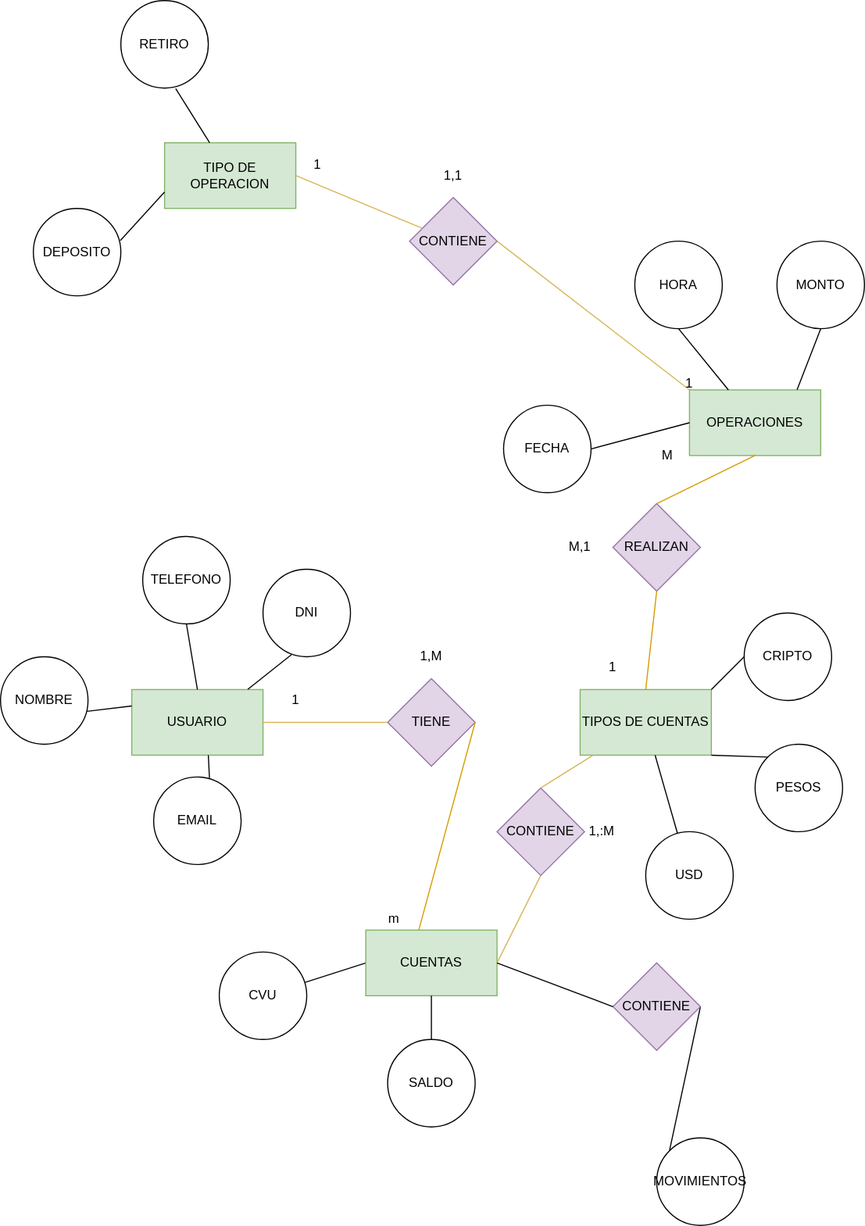
Above: Diagrama sin título.drawio.svg in Lauga2022/APP (draw.io), before the change. Source tidied: cells renumbered, new cells last; positions are measured from the earlier drawing's top-left corner, leaving out a move shared by most shapes. Its diagram source:
```xml
<mxGraphModel>
  <root>
    <mxCell id="0" />
    <mxCell id="1" parent="0" />
    <mxCell id="2" value="USUARIO" style="rounded=0;whiteSpace=wrap;html=1;fillColor=#d5e8d4;strokeColor=#82b366;" parent="1" vertex="1">
      <mxGeometry x="120" y="630" width="120" height="60" as="geometry" />
    </mxCell>
    <mxCell id="3" value="TIENE" style="rhombus;whiteSpace=wrap;html=1;fillColor=#e1d5e7;strokeColor=#9673a6;" parent="1" vertex="1">
      <mxGeometry x="354" y="620" width="80" height="80" as="geometry" />
    </mxCell>
    <mxCell id="4" value="TIPOS DE CUENTAS" style="rounded=0;whiteSpace=wrap;html=1;fillColor=#d5e8d4;strokeColor=#82b366;" parent="1" vertex="1">
      <mxGeometry x="530" y="630" width="120" height="60" as="geometry" />
    </mxCell>
    <mxCell id="5" value="MONTO" style="ellipse;whiteSpace=wrap;html=1;" parent="1" vertex="1">
      <mxGeometry x="710" y="220" width="80" height="80" as="geometry" />
    </mxCell>
    <mxCell id="6" value="NOMBRE" style="ellipse;whiteSpace=wrap;html=1;" parent="1" vertex="1">
      <mxGeometry y="600" width="80" height="80" as="geometry" />
    </mxCell>
    <mxCell id="7" value="CVU" style="ellipse;whiteSpace=wrap;html=1;" parent="1" vertex="1">
      <mxGeometry x="200" y="870" width="80" height="80" as="geometry" />
    </mxCell>
    <mxCell id="8" value="EMAIL" style="ellipse;whiteSpace=wrap;html=1;" parent="1" vertex="1">
      <mxGeometry x="140" y="710" width="80" height="80" as="geometry" />
    </mxCell>
    <mxCell id="9" value="CRIPTO" style="ellipse;whiteSpace=wrap;html=1;" parent="1" vertex="1">
      <mxGeometry x="680" y="560" width="80" height="80" as="geometry" />
    </mxCell>
    <mxCell id="10" value="USD" style="ellipse;whiteSpace=wrap;html=1;" parent="1" vertex="1">
      <mxGeometry x="590" y="760" width="80" height="80" as="geometry" />
    </mxCell>
    <mxCell id="11" value="PESOS" style="ellipse;whiteSpace=wrap;html=1;" parent="1" vertex="1">
      <mxGeometry x="690" y="680" width="80" height="80" as="geometry" />
    </mxCell>
    <mxCell id="12" style="endArrow=none;html=1;rounded=0;" parent="1" edge="1" source="4" target="10">
      <mxGeometry relative="1" as="geometry" />
    </mxCell>
    <mxCell id="13" style="endArrow=none;html=1;rounded=0;entryX=0.404;entryY=-0.002;entryDx=0;entryDy=0;exitX=1;exitY=0.5;exitDx=0;exitDy=0;fillColor=#ffe6cc;strokeColor=#d79b00;entryPerimeter=0;" parent="1" edge="1" source="3" target="29">
      <mxGeometry relative="1" as="geometry" />
    </mxCell>
    <mxCell id="14" style="endArrow=none;html=1;rounded=0;entryX=0;entryY=0;entryDx=0;entryDy=0;exitX=1;exitY=1;exitDx=0;exitDy=0;" parent="1" edge="1" source="4" target="11">
      <mxGeometry relative="1" as="geometry" />
    </mxCell>
    <mxCell id="15" style="endArrow=none;html=1;rounded=0;" parent="1" edge="1">
      <mxGeometry relative="1" as="geometry">
        <mxPoint x="650" y="630" as="sourcePoint" />
        <mxPoint x="680" y="600" as="targetPoint" />
      </mxGeometry>
    </mxCell>
    <mxCell id="16" style="endArrow=none;html=1;rounded=0;exitX=0.638;exitY=0.013;exitDx=0;exitDy=0;exitPerimeter=0;" parent="1" edge="1" source="8">
      <mxGeometry relative="1" as="geometry">
        <mxPoint x="190" y="690" as="targetPoint" />
      </mxGeometry>
    </mxCell>
    <mxCell id="17" style="endArrow=none;html=1;rounded=0;entryX=0;entryY=0.5;entryDx=0;entryDy=0;exitX=1;exitY=0.5;exitDx=0;exitDy=0;fillColor=#fff2cc;strokeColor=#d6b656;" parent="1" edge="1" source="2" target="3">
      <mxGeometry relative="1" as="geometry" />
    </mxCell>
    <mxCell id="18" value="OPERACIONES" style="rounded=0;whiteSpace=wrap;html=1;fillColor=#d5e8d4;strokeColor=#82b366;" parent="1" vertex="1">
      <mxGeometry x="630" y="356" width="120" height="60" as="geometry" />
    </mxCell>
    <mxCell id="19" value="REALIZAN" style="rhombus;whiteSpace=wrap;html=1;fillColor=#e1d5e7;strokeColor=#9673a6;" parent="1" vertex="1">
      <mxGeometry x="560" y="460" width="80" height="80" as="geometry" />
    </mxCell>
    <mxCell id="20" style="endArrow=none;html=1;rounded=0;entryX=0.5;entryY=1;entryDx=0;entryDy=0;exitX=0.5;exitY=0;exitDx=0;exitDy=0;fillColor=#ffe6cc;strokeColor=#d79b00;" parent="1" edge="1" source="19" target="18">
      <mxGeometry relative="1" as="geometry" />
    </mxCell>
    <mxCell id="21" style="endArrow=none;html=1;rounded=0;entryX=0.5;entryY=1;entryDx=0;entryDy=0;exitX=0.5;exitY=0;exitDx=0;exitDy=0;fillColor=#ffe6cc;strokeColor=#d79b00;" parent="1" edge="1" source="4" target="19">
      <mxGeometry relative="1" as="geometry" />
    </mxCell>
    <mxCell id="22" value="HORA" style="ellipse;whiteSpace=wrap;html=1;" parent="1" vertex="1">
      <mxGeometry x="580" y="220" width="80" height="80" as="geometry" />
    </mxCell>
    <mxCell id="23" style="endArrow=none;html=1;rounded=0;entryX=0.5;entryY=1;entryDx=0;entryDy=0;" parent="1" edge="1" source="18" target="22">
      <mxGeometry relative="1" as="geometry" />
    </mxCell>
    <mxCell id="24" style="endArrow=none;html=1;rounded=0;entryX=0.5;entryY=1;entryDx=0;entryDy=0;exitX=0.82;exitY=-0.004;exitDx=0;exitDy=0;exitPerimeter=0;" parent="1" edge="1" source="18" target="5">
      <mxGeometry relative="1" as="geometry" />
    </mxCell>
    <mxCell id="25" style="endArrow=none;html=1;rounded=0;entryX=0;entryY=0.5;entryDx=0;entryDy=0;" parent="1" edge="1" source="7" target="29">
      <mxGeometry relative="1" as="geometry" />
    </mxCell>
    <mxCell id="26" style="endArrow=none;html=1;rounded=0;exitX=0.987;exitY=0.624;exitDx=0;exitDy=0;exitPerimeter=0;entryX=0;entryY=0.25;entryDx=0;entryDy=0;" parent="1" edge="1" source="6" target="2">
      <mxGeometry relative="1" as="geometry" />
    </mxCell>
    <mxCell id="27" value="TELEFONO" style="ellipse;whiteSpace=wrap;html=1;" parent="1" vertex="1">
      <mxGeometry x="130" y="490" width="80" height="80" as="geometry" />
    </mxCell>
    <mxCell id="28" style="endArrow=none;html=1;rounded=0;exitX=0.5;exitY=0;exitDx=0;exitDy=0;" parent="1" edge="1" source="2">
      <mxGeometry relative="1" as="geometry">
        <mxPoint x="170" y="570" as="targetPoint" />
      </mxGeometry>
    </mxCell>
    <mxCell id="29" value="CUENTAS" style="rounded=0;whiteSpace=wrap;html=1;fillColor=#d5e8d4;strokeColor=#82b366;" parent="1" vertex="1">
      <mxGeometry x="334" y="850" width="120" height="60" as="geometry" />
    </mxCell>
    <mxCell id="30" style="endArrow=none;html=1;rounded=0;entryX=0.5;entryY=1;entryDx=0;entryDy=0;exitX=1;exitY=0.5;exitDx=0;exitDy=0;fillColor=#fff2cc;strokeColor=#d6b656;" parent="1" edge="1" source="29" target="32">
      <mxGeometry relative="1" as="geometry" />
    </mxCell>
    <mxCell id="31" value="1,M" style="whiteSpace=wrap;html=1;fillColor=none;strokeColor=none;" parent="1" vertex="1">
      <mxGeometry x="334" y="570" width="120" height="60" as="geometry" />
    </mxCell>
    <mxCell id="32" value="CONTIENE" style="rhombus;whiteSpace=wrap;html=1;fillColor=#e1d5e7;strokeColor=#9673a6;" parent="1" vertex="1">
      <mxGeometry x="454" y="720" width="80" height="80" as="geometry" />
    </mxCell>
    <mxCell id="33" style="endArrow=none;html=1;rounded=0;exitX=0.5;exitY=0;exitDx=0;exitDy=0;fillColor=#fff2cc;strokeColor=#d6b656;" parent="1" edge="1" source="32" target="4">
      <mxGeometry relative="1" as="geometry" />
    </mxCell>
    <mxCell id="34" value="M,1" style="whiteSpace=wrap;html=1;fillColor=none;strokeColor=none;" parent="1" vertex="1">
      <mxGeometry x="470" y="470" width="120" height="60" as="geometry" />
    </mxCell>
    <mxCell id="35" value="1,:M" style="whiteSpace=wrap;html=1;fillColor=none;strokeColor=none;" parent="1" vertex="1">
      <mxGeometry x="490" y="730" width="120" height="60" as="geometry" />
    </mxCell>
    <mxCell id="36" value="SALDO" style="ellipse;whiteSpace=wrap;html=1;fillColor=none;" parent="1" vertex="1">
      <mxGeometry x="354" y="950" width="80" height="80" as="geometry" />
    </mxCell>
    <mxCell id="37" style="endArrow=none;html=1;rounded=0;exitX=0.5;exitY=1;exitDx=0;exitDy=0;" parent="1" edge="1" source="29" target="36">
      <mxGeometry relative="1" as="geometry" />
    </mxCell>
    <mxCell id="38" value="MOVIMIENTOS" style="ellipse;whiteSpace=wrap;html=1;fillColor=none;" parent="1" vertex="1">
      <mxGeometry x="600" y="1040" width="80" height="80" as="geometry" />
    </mxCell>
    <mxCell id="39" style="endArrow=none;html=1;rounded=0;exitX=0;exitY=0;exitDx=0;exitDy=0;entryX=1;entryY=0.5;entryDx=0;entryDy=0;" parent="1" edge="1" source="38" target="59">
      <mxGeometry relative="1" as="geometry" />
    </mxCell>
    <mxCell id="40" value="DNI" style="ellipse;whiteSpace=wrap;html=1;fillColor=none;" parent="1" vertex="1">
      <mxGeometry x="240" y="520" width="80" height="80" as="geometry" />
    </mxCell>
    <mxCell id="41" style="endArrow=none;html=1;rounded=0;entryX=0.326;entryY=0.976;entryDx=0;entryDy=0;entryPerimeter=0;exitX=0.884;exitY=-0.002;exitDx=0;exitDy=0;exitPerimeter=0;" parent="1" edge="1" source="2" target="40">
      <mxGeometry relative="1" as="geometry" />
    </mxCell>
    <mxCell id="42" value="FECHA" style="ellipse;whiteSpace=wrap;html=1;fillColor=none;" parent="1" vertex="1">
      <mxGeometry x="460" y="370" width="80" height="80" as="geometry" />
    </mxCell>
    <mxCell id="43" style="endArrow=none;html=1;rounded=0;entryX=0;entryY=0.5;entryDx=0;entryDy=0;exitX=1;exitY=0.5;exitDx=0;exitDy=0;" parent="1" edge="1" source="42" target="18">
      <mxGeometry relative="1" as="geometry" />
    </mxCell>
    <mxCell id="44" style="endArrow=none;html=1;rounded=0;entryX=0;entryY=0;entryDx=0;entryDy=0;exitX=1;exitY=0.5;exitDx=0;exitDy=0;fillColor=#fff2cc;strokeColor=#d6b656;" parent="1" edge="1" source="45" target="18">
      <mxGeometry relative="1" as="geometry" />
    </mxCell>
    <mxCell id="45" value="CONTIENE" style="rhombus;whiteSpace=wrap;html=1;fillColor=#e1d5e7;strokeColor=#9673a6;" parent="1" vertex="1">
      <mxGeometry x="374" y="180" width="80" height="80" as="geometry" />
    </mxCell>
    <mxCell id="46" value="TIPO DE OPERACION" style="rounded=0;whiteSpace=wrap;html=1;fillColor=#d5e8d4;strokeColor=#82b366;" parent="1" vertex="1">
      <mxGeometry x="150" y="130" width="120" height="60" as="geometry" />
    </mxCell>
    <mxCell id="47" style="endArrow=none;html=1;rounded=0;exitX=1;exitY=0.5;exitDx=0;exitDy=0;fillColor=#fff2cc;strokeColor=#d6b656;" parent="1" edge="1" source="46" target="45">
      <mxGeometry relative="1" as="geometry" />
    </mxCell>
    <mxCell id="48" value="DEPOSITO" style="ellipse;whiteSpace=wrap;html=1;fillColor=none;" parent="1" vertex="1">
      <mxGeometry x="30" y="190" width="80" height="80" as="geometry" />
    </mxCell>
    <mxCell id="49" value="RETIRO" style="ellipse;whiteSpace=wrap;html=1;fillColor=none;" parent="1" vertex="1">
      <mxGeometry x="110" width="80" height="80" as="geometry" />
    </mxCell>
    <mxCell id="50" style="endArrow=none;html=1;rounded=0;exitX=0.995;exitY=0.366;exitDx=0;exitDy=0;exitPerimeter=0;entryX=0;entryY=0.75;entryDx=0;entryDy=0;" parent="1" edge="1" source="48" target="46">
      <mxGeometry relative="1" as="geometry" />
    </mxCell>
    <mxCell id="51" style="endArrow=none;html=1;rounded=0;exitX=0.627;exitY=1.006;exitDx=0;exitDy=0;exitPerimeter=0;" parent="1" edge="1" source="49" target="46">
      <mxGeometry relative="1" as="geometry" />
    </mxCell>
    <mxCell id="52" value="1,1" style="whiteSpace=wrap;html=1;fillColor=none;strokeColor=none;" parent="1" vertex="1">
      <mxGeometry x="354" y="130" width="120" height="60" as="geometry" />
    </mxCell>
    <mxCell id="53" value="1" style="whiteSpace=wrap;html=1;fillColor=none;strokeColor=none;" parent="1" vertex="1">
      <mxGeometry x="570" y="320" width="120" height="60" as="geometry" />
    </mxCell>
    <mxCell id="54" value="1" style="whiteSpace=wrap;html=1;fillColor=none;strokeColor=none;" parent="1" vertex="1">
      <mxGeometry x="230" y="120" width="120" height="60" as="geometry" />
    </mxCell>
    <mxCell id="55" value="1" style="whiteSpace=wrap;html=1;fillColor=none;strokeColor=none;" parent="1" vertex="1">
      <mxGeometry x="500" y="580" width="120" height="60" as="geometry" />
    </mxCell>
    <mxCell id="56" value="M" style="whiteSpace=wrap;html=1;fillColor=none;strokeColor=none;" parent="1" vertex="1">
      <mxGeometry x="550" y="386" width="120" height="60" as="geometry" />
    </mxCell>
    <mxCell id="57" value="1" style="whiteSpace=wrap;html=1;fillColor=none;strokeColor=none;" parent="1" vertex="1">
      <mxGeometry x="210" y="610" width="120" height="60" as="geometry" />
    </mxCell>
    <mxCell id="58" value="m" style="whiteSpace=wrap;html=1;fillColor=none;strokeColor=none;" parent="1" vertex="1">
      <mxGeometry x="300" y="810" width="120" height="60" as="geometry" />
    </mxCell>
    <mxCell id="59" value="CONTIENE" style="rhombus;whiteSpace=wrap;html=1;fillColor=#e1d5e7;strokeColor=#9673a6;" parent="1" vertex="1">
      <mxGeometry x="560" y="880" width="80" height="80" as="geometry" />
    </mxCell>
    <mxCell id="60" style="endArrow=none;html=1;rounded=0;entryX=1;entryY=0.5;entryDx=0;entryDy=0;exitX=0;exitY=0.5;exitDx=0;exitDy=0;" parent="1" edge="1" source="59" target="29">
      <mxGeometry relative="1" as="geometry" />
    </mxCell>
  </root>
</mxGraphModel>
```
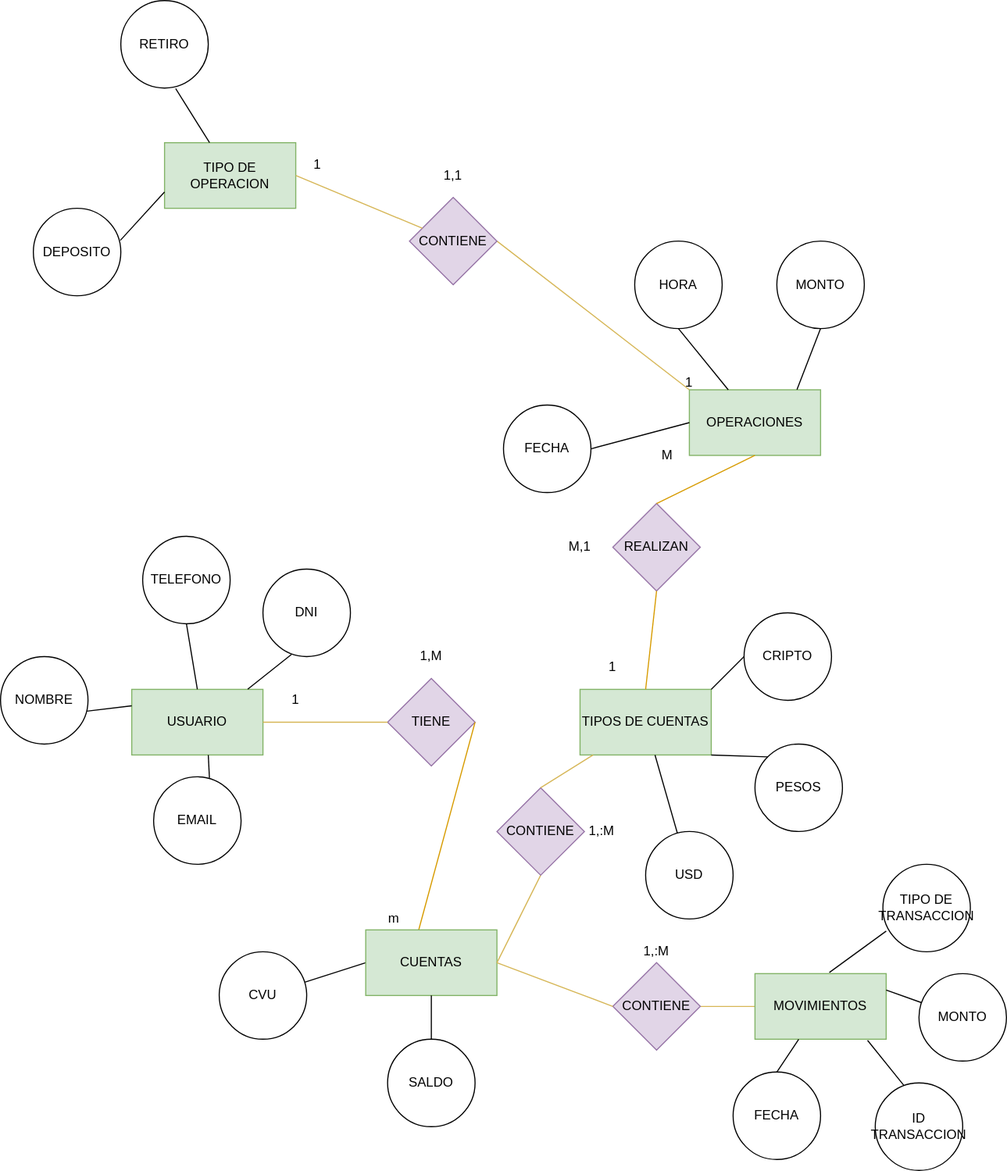
The same diagram one commit later.

Change to the diagram source:
```diff
@@ -117,10 +117,7 @@
     <mxCell id="37" style="endArrow=none;html=1;rounded=0;exitX=0.5;exitY=1;exitDx=0;exitDy=0;" parent="1" edge="1" source="29" target="36">
       <mxGeometry relative="1" as="geometry" />
     </mxCell>
-    <mxCell id="38" value="MOVIMIENTOS" style="ellipse;whiteSpace=wrap;html=1;fillColor=none;" parent="1" vertex="1">
-      <mxGeometry x="600" y="1040" width="80" height="80" as="geometry" />
-    </mxCell>
-    <mxCell id="39" style="endArrow=none;html=1;rounded=0;exitX=0;exitY=0;exitDx=0;exitDy=0;entryX=1;entryY=0.5;entryDx=0;entryDy=0;" parent="1" edge="1" source="38" target="59">
+    <mxCell id="39" style="endArrow=none;html=1;rounded=0;entryX=1;entryY=0.5;entryDx=0;entryDy=0;fillColor=#fff2cc;strokeColor=#d6b656;" parent="1" edge="1" source="38" target="59">
       <mxGeometry relative="1" as="geometry" />
     </mxCell>
     <mxCell id="40" value="DNI" style="ellipse;whiteSpace=wrap;html=1;fillColor=none;" parent="1" vertex="1">
@@ -183,8 +180,38 @@
     <mxCell id="59" value="CONTIENE" style="rhombus;whiteSpace=wrap;html=1;fillColor=#e1d5e7;strokeColor=#9673a6;" parent="1" vertex="1">
       <mxGeometry x="560" y="880" width="80" height="80" as="geometry" />
     </mxCell>
-    <mxCell id="60" style="endArrow=none;html=1;rounded=0;entryX=1;entryY=0.5;entryDx=0;entryDy=0;exitX=0;exitY=0.5;exitDx=0;exitDy=0;" parent="1" edge="1" source="59" target="29">
+    <mxCell id="60" style="endArrow=none;html=1;rounded=0;entryX=1;entryY=0.5;entryDx=0;entryDy=0;exitX=0;exitY=0.5;exitDx=0;exitDy=0;fillColor=#fff2cc;strokeColor=#d6b656;" parent="1" edge="1" source="59" target="29">
       <mxGeometry relative="1" as="geometry" />
     </mxCell>
+    <mxCell id="38" value="MOVIMIENTOS" style="rounded=0;whiteSpace=wrap;html=1;fillColor=#d5e8d4;strokeColor=#82b366;" parent="1" vertex="1">
+      <mxGeometry x="690" y="890" width="120" height="60" as="geometry" />
+    </mxCell>
+    <mxCell id="61" value="1,:M" style="whiteSpace=wrap;html=1;fillColor=none;strokeColor=none;" parent="1" vertex="1">
+      <mxGeometry x="540" y="840" width="120" height="60" as="geometry" />
+    </mxCell>
+    <mxCell id="62" value="FECHA" style="ellipse;whiteSpace=wrap;html=1;" parent="1" vertex="1">
+      <mxGeometry x="670" y="980" width="80" height="80" as="geometry" />
+    </mxCell>
+    <mxCell id="63" value="TIPO DE TRANSACCION" style="ellipse;whiteSpace=wrap;html=1;" parent="1" vertex="1">
+      <mxGeometry x="807" y="790" width="80" height="80" as="geometry" />
+    </mxCell>
+    <mxCell id="64" value="MONTO" style="ellipse;whiteSpace=wrap;html=1;" parent="1" vertex="1">
+      <mxGeometry x="840" y="890" width="80" height="80" as="geometry" />
+    </mxCell>
+    <mxCell id="65" value="ID TRANSACCION" style="ellipse;whiteSpace=wrap;html=1;" parent="1" vertex="1">
+      <mxGeometry x="800" y="990" width="80" height="80" as="geometry" />
+    </mxCell>
+    <mxCell id="66" style="endArrow=none;html=1;rounded=0;entryX=0.325;entryY=0.025;entryDx=0;entryDy=0;entryPerimeter=0;exitX=0.858;exitY=1.017;exitDx=0;exitDy=0;exitPerimeter=0;" parent="1" edge="1" source="38" target="65">
+      <mxGeometry relative="1" as="geometry" />
+    </mxCell>
+    <mxCell id="67" style="endArrow=none;html=1;rounded=0;exitX=1;exitY=0.25;exitDx=0;exitDy=0;" parent="1" edge="1" source="38" target="64">
+      <mxGeometry relative="1" as="geometry" />
+    </mxCell>
+    <mxCell id="68" style="endArrow=none;html=1;rounded=0;entryX=0.038;entryY=0.763;entryDx=0;entryDy=0;entryPerimeter=0;exitX=0.567;exitY=-0.017;exitDx=0;exitDy=0;exitPerimeter=0;" parent="1" edge="1" source="38" target="63">
+      <mxGeometry relative="1" as="geometry" />
+    </mxCell>
+    <mxCell id="69" style="endArrow=none;html=1;rounded=0;exitX=0.5;exitY=0;exitDx=0;exitDy=0;" parent="1" edge="1" source="62" target="38">
+      <mxGeometry relative="1" as="geometry" />
+    </mxCell>
   </root>
 </mxGraphModel>
```
